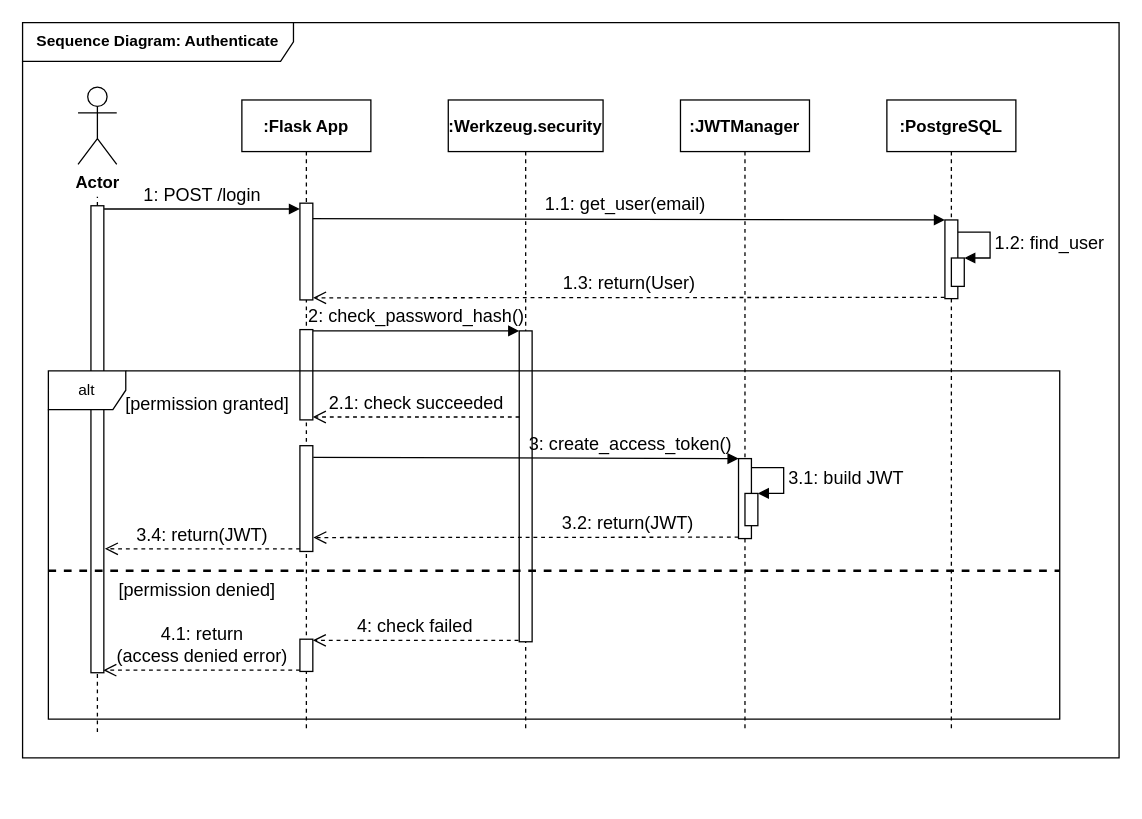
This is sequence_authenticate.drawio from DrXneaky/Diagram, a draw.io file, before an edit. Source tidied: cells renumbered, new cells numbered last; positions are measured from the earlier drawing's top-left corner, leaving out a move shared by most shapes. Both pictures are drawn from the tidied source at 129%, with x=0, y=0 at pixel (22, 22).
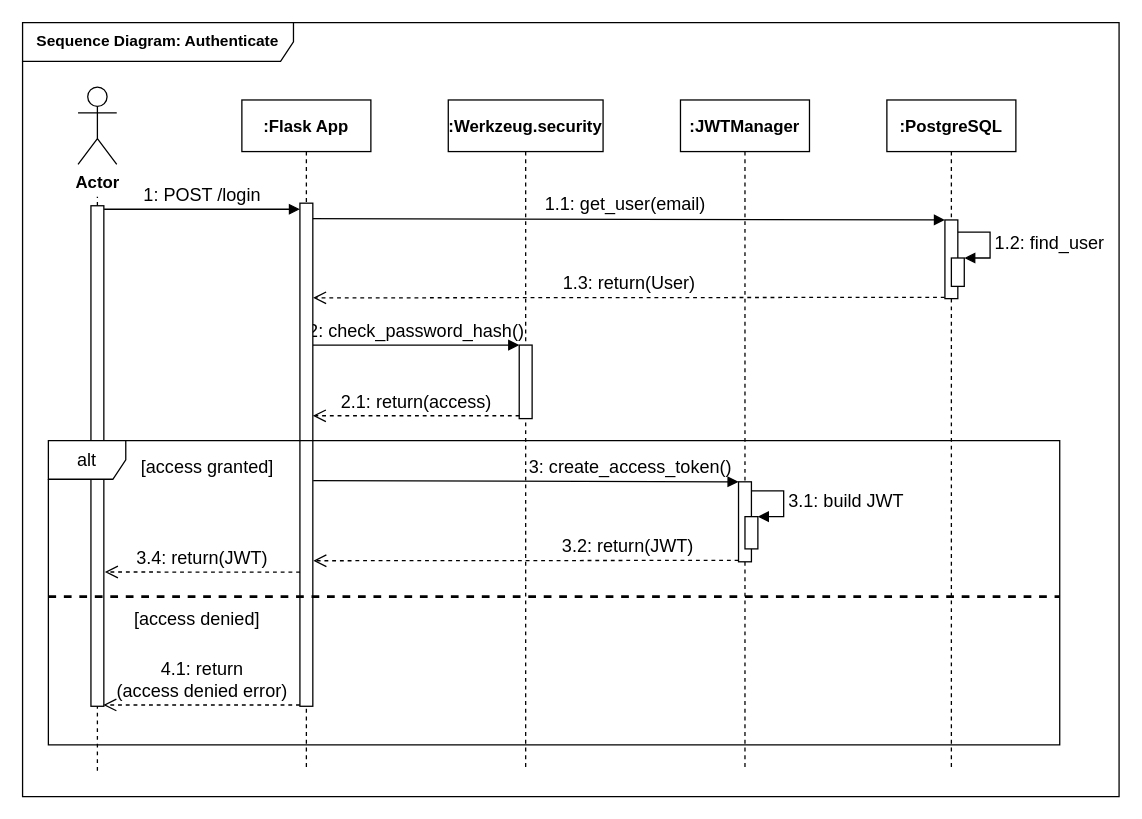
After the change.

Diff of the diagram source:
```diff
@@
     <mxCell id="2" value="&lt;font face=&quot;Old Standard TT&quot;&gt;&lt;b&gt;Sequence Diagram: Authenticate&lt;/b&gt;&lt;/font&gt;" style="shape=umlFrame;whiteSpace=wrap;html=1;width=210;height=30;" parent="1" vertex="1">
-      <mxGeometry width="850" height="570" as="geometry" />
+      <mxGeometry width="850" height="600" as="geometry" />
     </mxCell>
     <mxCell id="3" style="endArrow=none;dashed=1;html=1;" parent="1" edge="1">
       <mxGeometry relative="1" as="geometry">
-        <mxPoint x="58" y="550" as="sourcePoint" />
+        <mxPoint x="58" y="580" as="sourcePoint" />
         <mxPoint x="58" y="135" as="targetPoint" />
         <Array as="points">
           <mxPoint x="58" y="225" />
         </Array>
       </mxGeometry>
     </mxCell>
     <mxCell id="4" style="html=1;points=[];perimeter=orthogonalPerimeter;strokeWidth=1;fillColor=#ffffff;" parent="1" vertex="1">
-      <mxGeometry x="53" y="142" width="10" height="362" as="geometry" />
+      <mxGeometry x="53" y="142" width="10" height="388" as="geometry" />
     </mxCell>
@@
     <mxCell id="6" value="&lt;font style=&quot;font-size: 13px&quot; face=&quot;Old Standard TT&quot;&gt;&lt;b&gt;:Werkzeug.security&lt;/b&gt;&lt;/font&gt;" style="shape=umlLifeline;perimeter=lifelinePerimeter;whiteSpace=wrap;html=1;" parent="1" vertex="1">
-      <mxGeometry x="330" y="60" width="120" height="490" as="geometry" />
+      <mxGeometry x="330" y="60" width="120" height="520" as="geometry" />
     </mxCell>
     <mxCell id="7" value="&lt;font face=&quot;Old Standard TT&quot; size=&quot;1&quot;&gt;&lt;b style=&quot;font-size: 13px&quot;&gt;:PostgreSQL&lt;/b&gt;&lt;/font&gt;" style="shape=umlLifeline;perimeter=lifelinePerimeter;whiteSpace=wrap;html=1;" parent="1" vertex="1">
-      <mxGeometry x="670" y="60" width="100" height="490" as="geometry" />
+      <mxGeometry x="670" y="60" width="100" height="520" as="geometry" />
     </mxCell>
@@
     <mxCell id="13" style="html=1;points=[];perimeter=orthogonalPerimeter;" parent="1" vertex="1">
-      <mxGeometry x="385" y="239" width="10" height="241" as="geometry" />
+      <mxGeometry x="385" y="250" width="10" height="57" as="geometry" />
     </mxCell>
     <mxCell id="14" value="&lt;font style=&quot;font-size: 14px&quot; face=&quot;Old Standard TT&quot;&gt;2: check_password_hash()&lt;/font&gt;" style="verticalAlign=bottom;endArrow=block;entryX=0;entryY=0;labelBackgroundColor=none;html=1;" parent="1" edge="1">
       <mxGeometry relative="1" as="geometry">
-        <mxPoint x="225" y="239" as="sourcePoint" />
-        <mxPoint x="385" y="239" as="targetPoint" />
+        <mxPoint x="225" y="250" as="sourcePoint" />
+        <mxPoint x="385" y="250" as="targetPoint" />
       </mxGeometry>
     </mxCell>
-    <mxCell id="15" value="&lt;font style=&quot;font-size: 14px&quot; face=&quot;Old Standard TT&quot;&gt;2.1: check succeeded&lt;/font&gt;" style="html=1;verticalAlign=bottom;endArrow=open;dashed=1;endSize=8;exitX=0.019;exitY=0.277;exitDx=0;exitDy=0;exitPerimeter=0;labelBackgroundColor=none;" parent="1" edge="1" source="13" target="19">
-      <mxGeometry relative="1" as="geometry" />
+    <mxCell id="15" value="&lt;font style=&quot;font-size: 14px&quot; face=&quot;Old Standard TT&quot;&gt;2.1: return(access)&lt;/font&gt;" style="html=1;verticalAlign=bottom;endArrow=open;dashed=1;endSize=8;exitX=0.019;exitY=0.277;exitDx=0;exitDy=0;exitPerimeter=0;labelBackgroundColor=none;" parent="1" edge="1">
+      <mxGeometry relative="1" as="geometry">
+        <mxPoint x="385.2" y="304.8" as="sourcePoint" />
+        <mxPoint x="225" y="304.8" as="targetPoint" />
+      </mxGeometry>
     </mxCell>
@@
     <mxCell id="17" value="&lt;font face=&quot;Old Standard TT&quot; style=&quot;font-size: 13px&quot;&gt;&lt;b&gt;:Flask App&lt;/b&gt;&lt;/font&gt;" style="shape=umlLifeline;perimeter=lifelinePerimeter;whiteSpace=wrap;html=1;" parent="1" vertex="1">
-      <mxGeometry x="170" y="60" width="100" height="490" as="geometry" />
+      <mxGeometry x="170" y="60" width="100" height="520" as="geometry" />
     </mxCell>
     <mxCell id="18" style="html=1;points=[];perimeter=orthogonalPerimeter;" parent="17" vertex="1">
-      <mxGeometry x="45" y="80" width="10" height="75" as="geometry" />
+      <mxGeometry x="45" y="80" width="10" height="390" as="geometry" />
     </mxCell>
-    <mxCell id="19" style="html=1;points=[];perimeter=orthogonalPerimeter;" parent="17" vertex="1">
-      <mxGeometry x="45" y="178" width="10" height="70" as="geometry" />
-    </mxCell>
-    <mxCell id="20" style="html=1;points=[];perimeter=orthogonalPerimeter;strokeWidth=1;fillColor=#ffffff;" parent="17" vertex="1">
-      <mxGeometry x="45" y="268" width="10" height="82" as="geometry" />
-    </mxCell>
-    <mxCell id="21" style="html=1;perimeter=orthogonalPerimeter;shadow=0;strokeWidth=1;fillColor=#ffffff;" parent="17" vertex="1">
-      <mxGeometry x="45" y="418" width="10" height="25" as="geometry" />
-    </mxCell>
     <mxCell id="22" value="&lt;font face=&quot;Old Standard TT&quot; style=&quot;font-size: 14px&quot;&gt;3.4: return(JWT)&lt;/font&gt;" style="html=1;verticalAlign=bottom;endArrow=open;dashed=1;endSize=8;exitX=0.014;exitY=0.943;exitDx=0;exitDy=0;exitPerimeter=0;entryX=1.078;entryY=0.728;entryDx=0;entryDy=0;entryPerimeter=0;labelBackgroundColor=none;" parent="1" edge="1">
       <mxGeometry relative="1" as="geometry">
-        <mxPoint x="215.1" y="408" as="sourcePoint" />
-        <mxPoint x="63.8" y="407.9" as="targetPoint" />
+        <mxPoint x="215.1" y="426" as="sourcePoint" />
+        <mxPoint x="63.8" y="425.9" as="targetPoint" />
       </mxGeometry>
     </mxCell>
     <mxCell id="23" value="&lt;font face=&quot;Old Standard TT&quot; style=&quot;font-size: 13px&quot;&gt;&lt;b&gt;:JWTManager&lt;/b&gt;&lt;/font&gt;" style="shape=umlLifeline;perimeter=lifelinePerimeter;whiteSpace=wrap;html=1;" parent="1" vertex="1">
-      <mxGeometry x="510" y="60" width="100" height="490" as="geometry" />
+      <mxGeometry x="510" y="60" width="100" height="520" as="geometry" />
     </mxCell>
     <mxCell id="24" style="html=1;points=[];perimeter=orthogonalPerimeter;strokeWidth=1;fillColor=#ffffff;" parent="1" vertex="1">
-      <mxGeometry x="555" y="338" width="10" height="62" as="geometry" />
+      <mxGeometry x="555" y="356" width="10" height="62" as="geometry" />
     </mxCell>
     <mxCell id="25" value="&lt;font style=&quot;font-size: 14px&quot; face=&quot;Old Standard TT&quot;&gt;3.1: build JWT&lt;/font&gt;" style="edgeStyle=orthogonalEdgeStyle;html=1;align=left;spacingLeft=2;endArrow=block;rounded=0;entryX=1;entryY=0;labelBackgroundColor=none;" parent="1" edge="1" target="26">
       <mxGeometry relative="1" as="geometry">
-        <mxPoint x="565" y="345" as="sourcePoint" />
+        <mxPoint x="565" y="363" as="sourcePoint" />
         <Array as="points">
-          <mxPoint x="590" y="345" />
+          <mxPoint x="590" y="363" />
         </Array>
       </mxGeometry>
     </mxCell>
     <mxCell id="26" style="html=1;points=[];perimeter=orthogonalPerimeter;strokeWidth=1;fillColor=#ffffff;" parent="1" vertex="1">
-      <mxGeometry x="560" y="365" width="10" height="25" as="geometry" />
+      <mxGeometry x="560" y="383" width="10" height="25" as="geometry" />
     </mxCell>
-    <mxCell id="27" value="[permission granted]" style="text;align=center;fontStyle=0;verticalAlign=middle;spacingLeft=3;spacingRight=3;strokeColor=none;dashed=1;fontSize=14;fontFamily=Old Standard TT;labelBackgroundColor=none;" parent="1" vertex="1">
-      <mxGeometry x="88" y="286.8" width="111" height="16.5" as="geometry" />
+    <mxCell id="27" value="[access granted]" style="text;align=center;fontStyle=0;verticalAlign=middle;spacingLeft=3;spacingRight=3;strokeColor=none;dashed=1;fontSize=14;fontFamily=Old Standard TT;labelBackgroundColor=none;" parent="1" vertex="1">
+      <mxGeometry x="88" y="335.5" width="111" height="16.5" as="geometry" />
     </mxCell>
-    <mxCell id="28" value="&lt;font style=&quot;font-size: 14px&quot; face=&quot;Old Standard TT&quot;&gt;4: check failed&lt;/font&gt;" style="html=1;verticalAlign=bottom;endArrow=open;dashed=1;endSize=8;exitX=-0.058;exitY=0.979;exitDx=0;exitDy=0;exitPerimeter=0;labelBackgroundColor=none;" parent="1" edge="1">
-      <mxGeometry relative="1" as="geometry">
-        <mxPoint x="384.4" y="478.9" as="sourcePoint" />
-        <mxPoint x="225" y="478.9" as="targetPoint" />
-      </mxGeometry>
-    </mxCell>
     <mxCell id="29" value="&lt;font style=&quot;font-size: 14px&quot; face=&quot;Old Standard TT&quot;&gt;4.1: return&lt;br&gt;(access denied error)&lt;/font&gt;" style="html=1;verticalAlign=bottom;endArrow=open;dashed=1;endSize=8;entryX=0.962;entryY=0.913;entryDx=0;entryDy=0;entryPerimeter=0;labelBackgroundColor=none;" parent="1" edge="1">
       <mxGeometry relative="1" as="geometry">
-        <mxPoint x="215" y="502" as="sourcePoint" />
-        <mxPoint x="62.6" y="502" as="targetPoint" />
+        <mxPoint x="215" y="529" as="sourcePoint" />
+        <mxPoint x="62.6" y="529" as="targetPoint" />
       </mxGeometry>
     </mxCell>
-    <mxCell id="30" value="[permission denied]" style="text;align=center;fontStyle=0;verticalAlign=middle;spacingLeft=3;spacingRight=3;strokeColor=none;dashed=1;fontSize=14;fontFamily=Old Standard TT;" parent="1" vertex="1">
-      <mxGeometry x="75" y="431" width="121" height="16.5" as="geometry" />
+    <mxCell id="30" value="[access denied]" style="text;align=center;fontStyle=0;verticalAlign=middle;spacingLeft=3;spacingRight=3;strokeColor=none;dashed=1;fontSize=14;fontFamily=Old Standard TT;" parent="1" vertex="1">
+      <mxGeometry x="75" y="453" width="121" height="16.5" as="geometry" />
     </mxCell>
     <mxCell id="31" style="line;strokeWidth=2;fillColor=none;align=left;verticalAlign=middle;spacingTop=-1;spacingLeft=3;spacingRight=3;labelPosition=right;dashed=1;" parent="1" vertex="1">
-      <mxGeometry x="20" y="421" width="784" height="8" as="geometry" />
+      <mxGeometry x="20" y="441" width="784" height="8" as="geometry" />
     </mxCell>
-    <mxCell id="32" value="&lt;font style=&quot;font-size: 14px&quot; face=&quot;Old Standard TT&quot;&gt;3: create_access_token()&lt;/font&gt;" style="html=1;verticalAlign=bottom;endArrow=block;entryX=0;entryY=0;exitX=1.033;exitY=0.11;exitDx=0;exitDy=0;exitPerimeter=0;labelBackgroundColor=none;" parent="1" edge="1" source="20" target="24">
-      <mxGeometry x="0.49" relative="1" as="geometry" />
+    <mxCell id="32" value="&lt;font style=&quot;font-size: 14px&quot; face=&quot;Old Standard TT&quot;&gt;3: create_access_token()&lt;/font&gt;" style="html=1;verticalAlign=bottom;endArrow=block;entryX=0;entryY=0;exitX=1.033;exitY=0.11;exitDx=0;exitDy=0;exitPerimeter=0;labelBackgroundColor=none;" parent="1" edge="1" target="24">
+      <mxGeometry x="0.49" relative="1" as="geometry">
+        <mxPoint x="225.3" y="355" as="sourcePoint" />
+      </mxGeometry>
     </mxCell>
     <mxCell id="33" value="&lt;font style=&quot;font-size: 14px&quot; face=&quot;Old Standard TT&quot;&gt;3.2: return(JWT)&lt;/font&gt;" style="html=1;verticalAlign=bottom;endArrow=open;dashed=1;endSize=8;exitX=0;exitY=0.95;labelBackgroundColor=none;entryX=1.037;entryY=0.844;entryDx=0;entryDy=0;entryPerimeter=0;" parent="1" edge="1">
       <mxGeometry x="-0.48" relative="1" as="geometry">
-        <mxPoint x="555" y="398.9" as="sourcePoint" />
-        <mxPoint x="225.4" y="399.2" as="targetPoint" />
+        <mxPoint x="555" y="416.9" as="sourcePoint" />
+        <mxPoint x="225.4" y="417.2" as="targetPoint" />
       </mxGeometry>
     </mxCell>
-    <mxCell id="34" value="alt" style="shape=umlFrame;whiteSpace=wrap;html=1;shadow=0;" parent="1" vertex="1">
-      <mxGeometry x="20" y="270" width="784" height="270" as="geometry" />
+    <mxCell id="34" value="&lt;font face=&quot;Old Standard TT&quot; style=&quot;font-size: 14px&quot;&gt;alt&lt;/font&gt;" style="shape=umlFrame;whiteSpace=wrap;html=1;shadow=0;" parent="1" vertex="1">
+      <mxGeometry x="20" y="324" width="784" height="236" as="geometry" />
     </mxCell>
```
